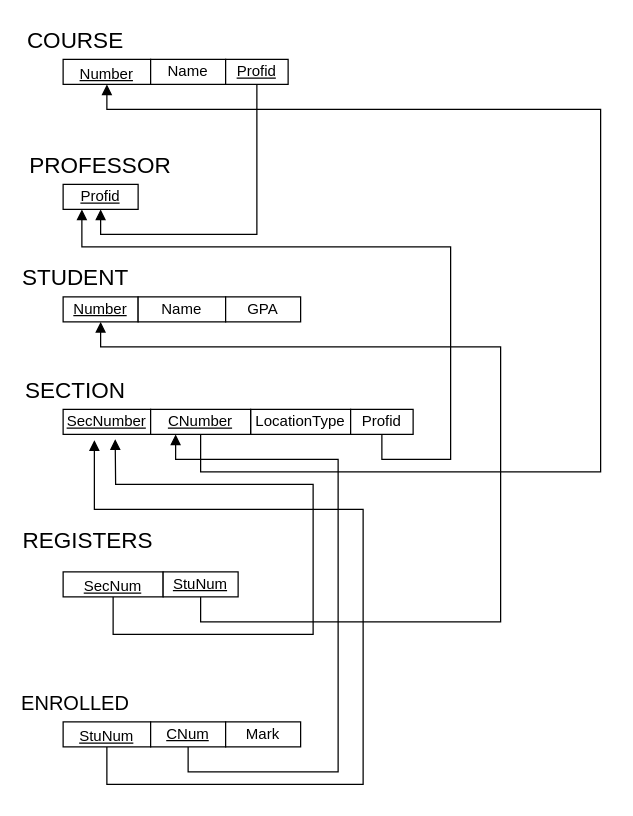
The draw.io diagram 3421q4.drawio in DylanBriSmith/DylanBriSmith, before the edit. Source tidied: cells renumbered, new cells numbered last; positions are measured from the earlier drawing's top-left corner, leaving out a move shared by most shapes. Both pictures are drawn from the tidied source at 125%, with x=0, y=0 at pixel (38, 21).
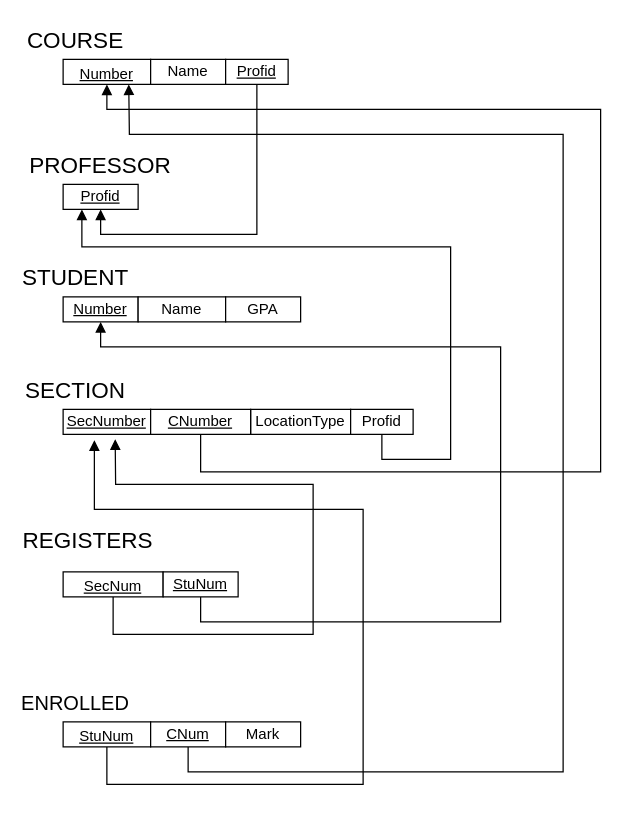
After the change.

Unchanged cells that the change refers to:
```xml
<mxCell id="6" value="&lt;font style=&quot;font-size: 12px;&quot;&gt;&lt;u&gt;Number&lt;/u&gt;&lt;/font&gt;" style="rounded=0;whiteSpace=wrap;html=1;fontSize=18;" parent="1" vertex="1">
  <mxGeometry x="20" y="30" width="70" height="20" as="geometry" />
</mxCell>
<mxCell id="14" value="&lt;u&gt;CNumber&lt;/u&gt;" style="rounded=0;whiteSpace=wrap;html=1;fontSize=12;" parent="1" vertex="1">
  <mxGeometry x="90" y="310" width="80" height="20" as="geometry" />
</mxCell>
<mxCell id="27" value="&lt;u&gt;CNum&lt;/u&gt;" style="rounded=0;whiteSpace=wrap;html=1;fontSize=12;" parent="1" vertex="1">
  <mxGeometry x="90" y="560" width="60" height="20" as="geometry" />
</mxCell>
```

What changed in the source:
```diff
@@
-    <mxCell id="30" style="html=1;verticalAlign=bottom;endArrow=block;rounded=0;fontSize=12;exitX=0.5;exitY=1;exitDx=0;exitDy=0;entryX=0.25;entryY=1;entryDx=0;entryDy=0;" parent="1" edge="1" source="27" target="14">
+    <mxCell id="30" style="html=1;verticalAlign=bottom;endArrow=block;rounded=0;fontSize=12;exitX=0.5;exitY=1;exitDx=0;exitDy=0;entryX=0.75;entryY=1;entryDx=0;entryDy=0;" parent="1" edge="1" source="27" target="6">
       <mxGeometry relative="1" as="geometry">
         <Array as="points">
           <mxPoint x="120" y="600" />
-          <mxPoint x="240" y="600" />
-          <mxPoint x="240" y="350" />
-          <mxPoint x="110" y="350" />
+          <mxPoint x="420" y="600" />
+          <mxPoint x="420" y="90" />
+          <mxPoint x="73" y="90" />
         </Array>
       </mxGeometry>
     </mxCell>
```
